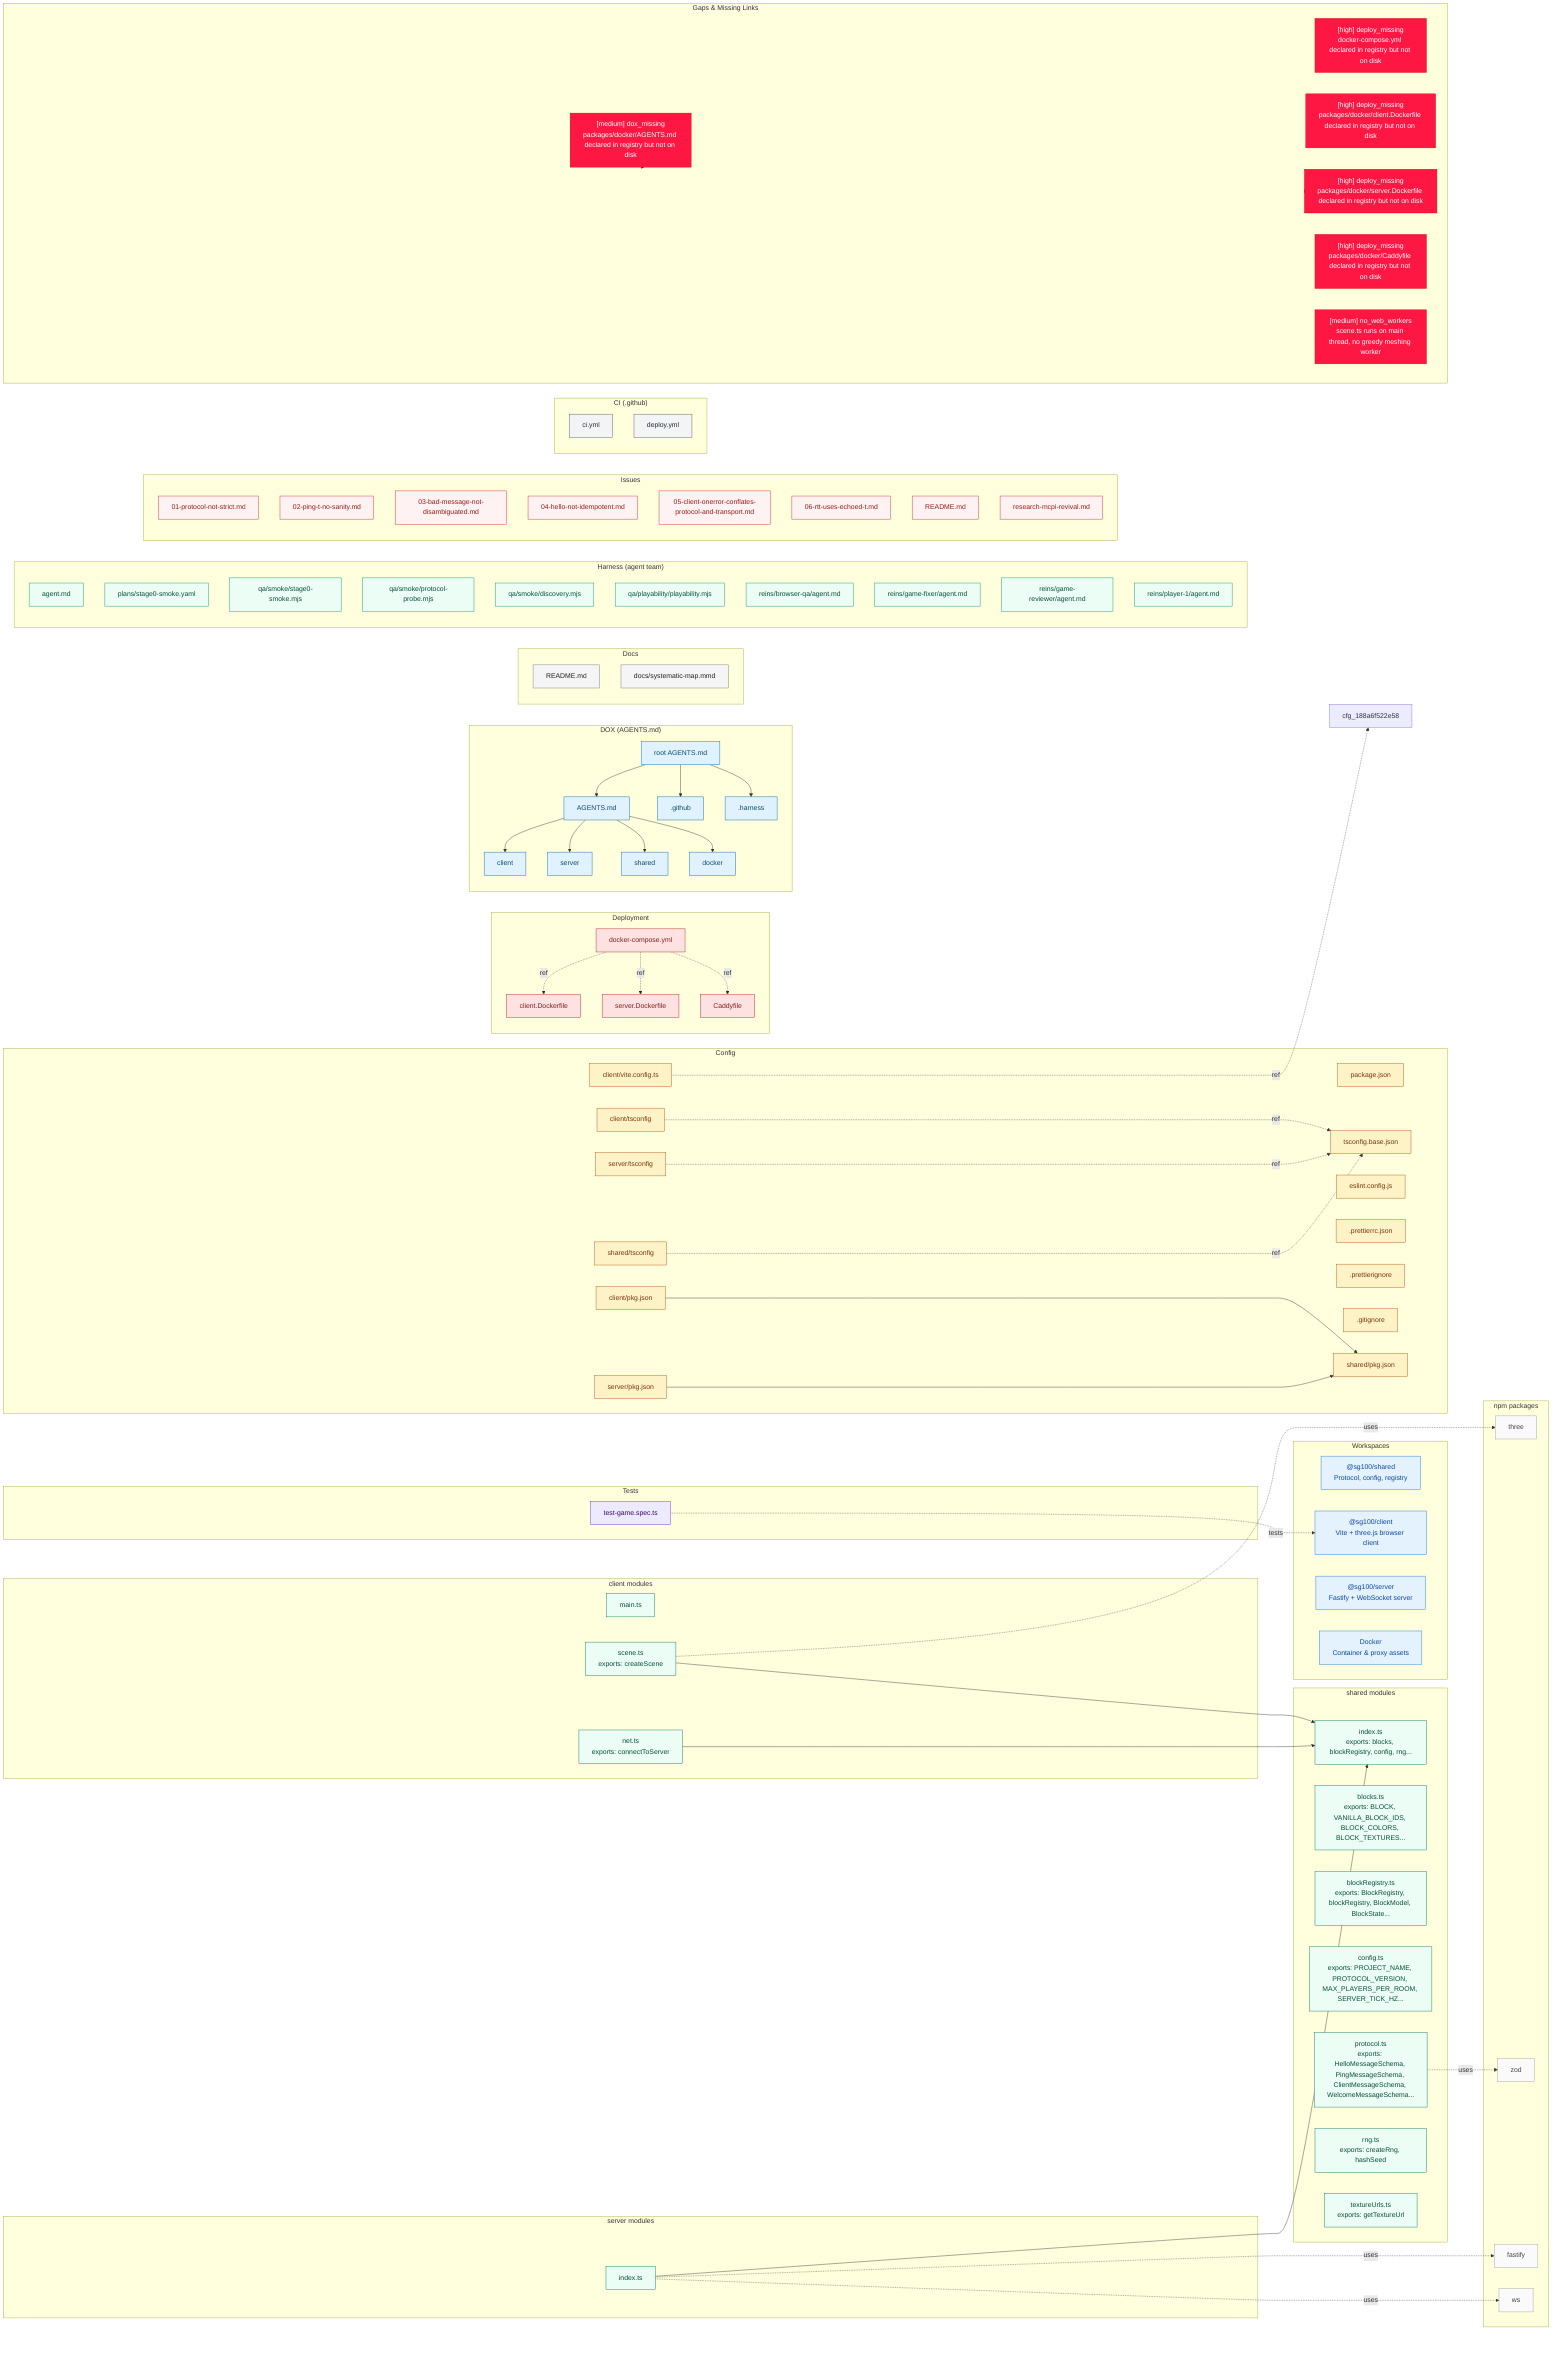
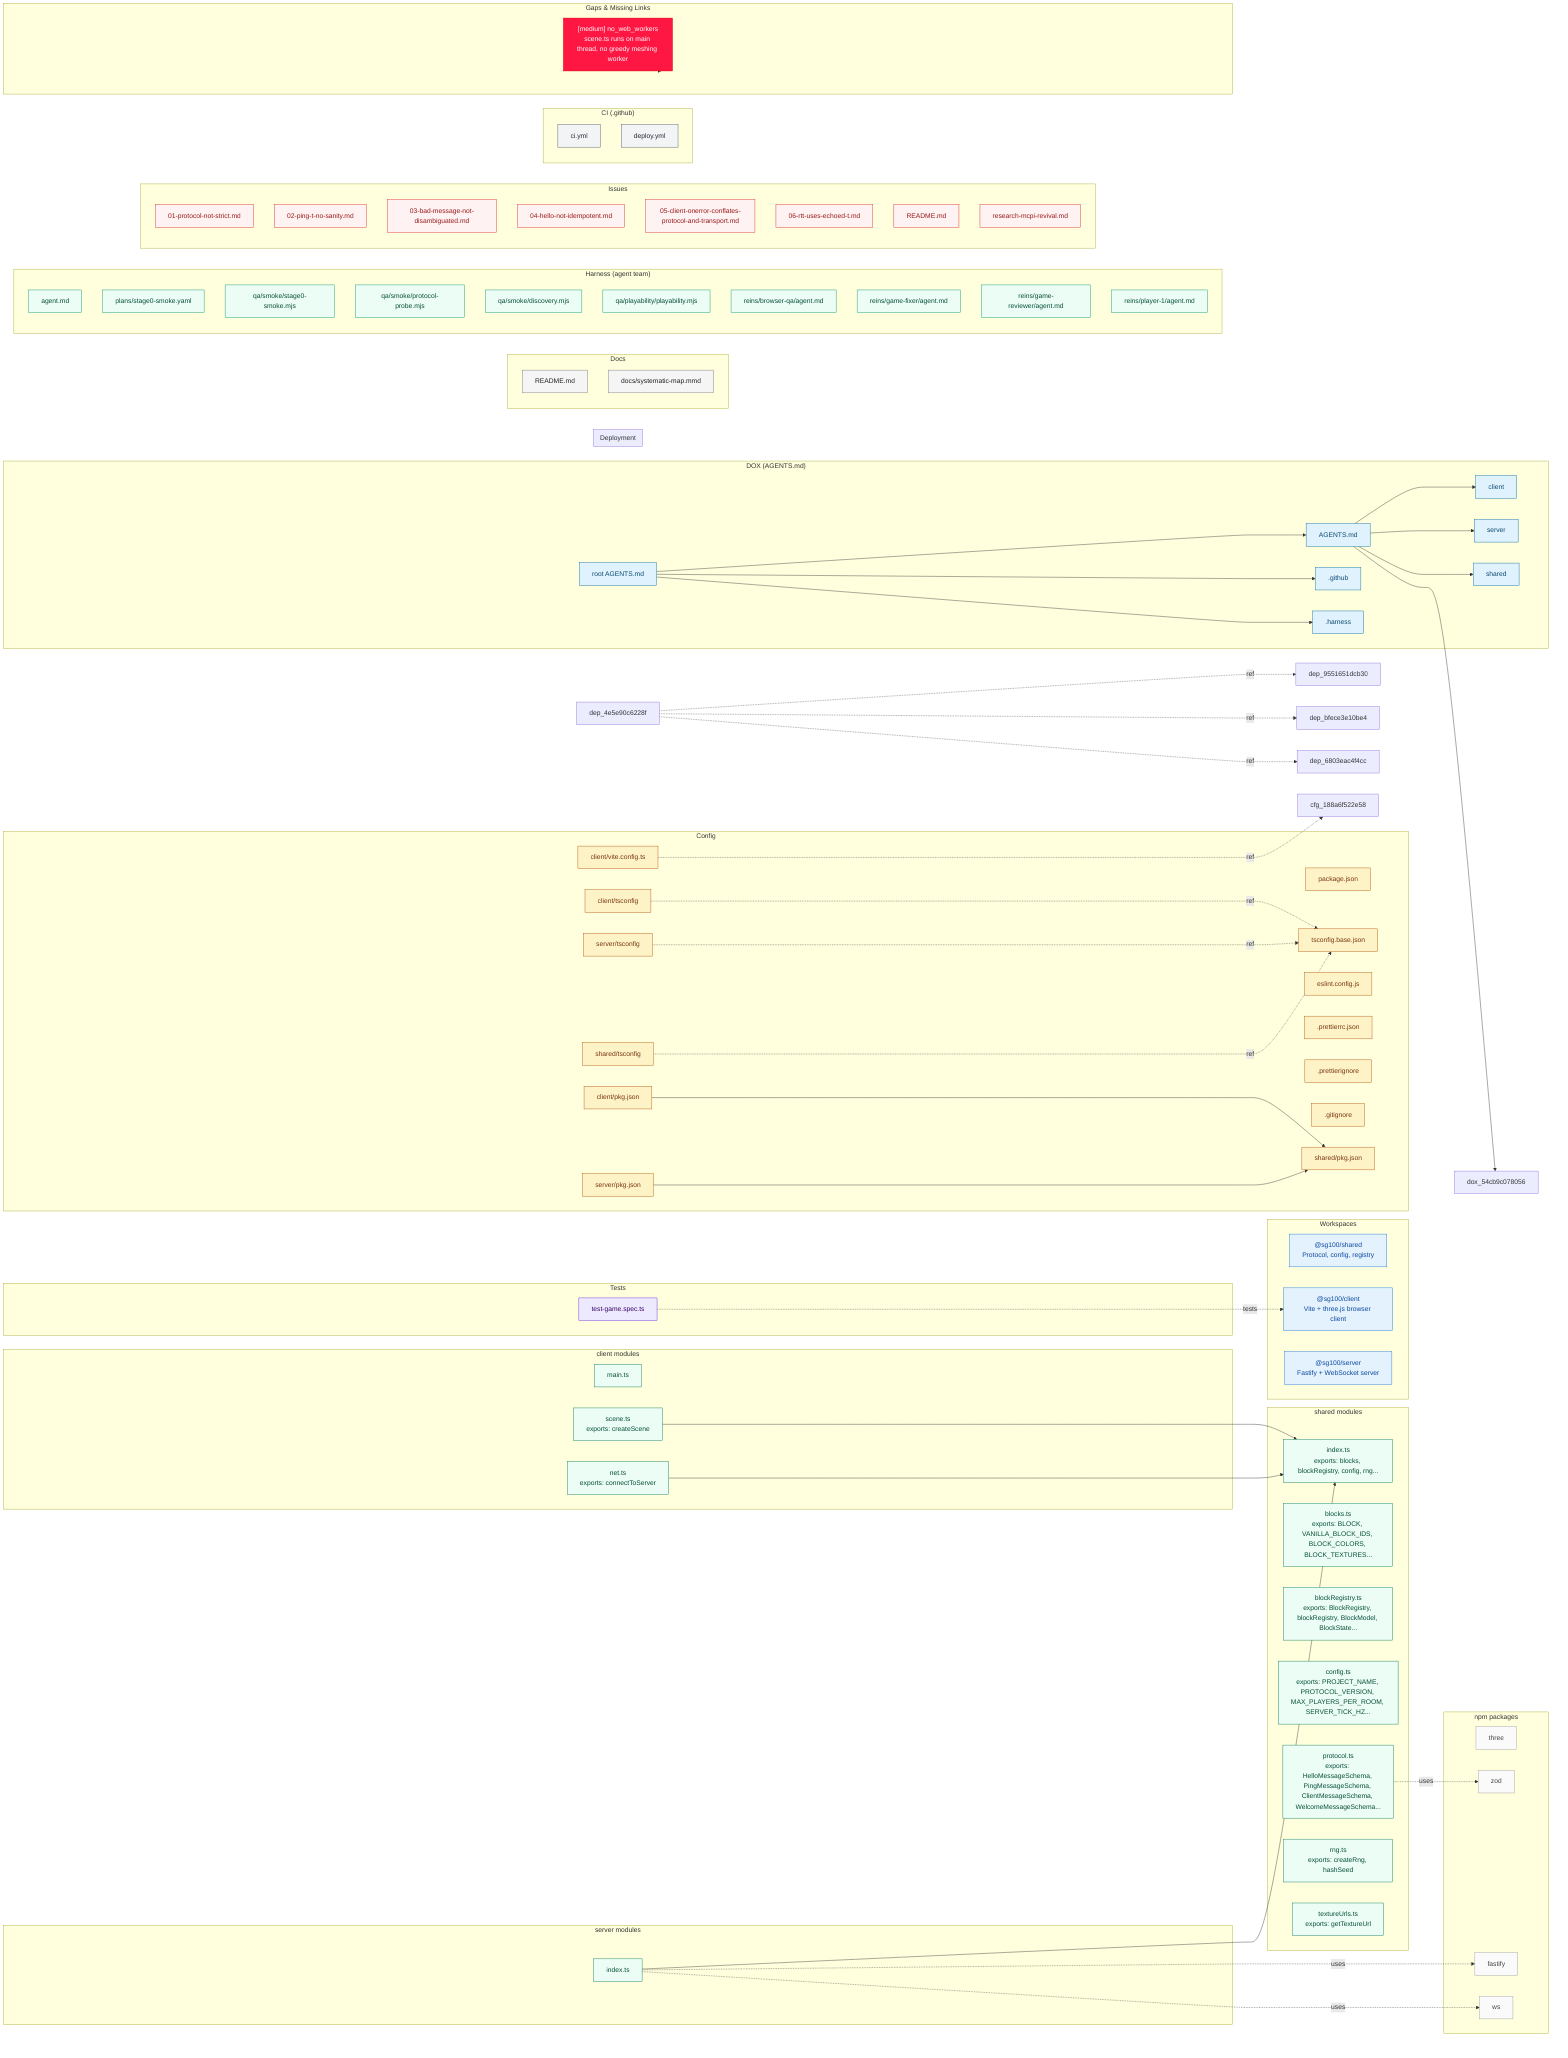
flowchart LR
  classDef workspace fill:#e3f2fd,stroke:#1976d2,color:#0d47a1
  classDef module fill:#ecfdf5,stroke:#047857,color:#064e3b
  classDef config fill:#fef3c7,stroke:#b45309,color:#78350f
  classDef deploy fill:#fee2e2,stroke:#b91c1c,color:#7f1d1d
  classDef dox fill:#e0f2fe,stroke:#0369a1,color:#0c4a6e
  classDef doc fill:#f5f5f5,stroke:#757575,color:#212121
  classDef test fill:#ede9fe,stroke:#6d28d9,color:#3b0764
  classDef harness fill:#ecfdf5,stroke:#059669,color:#064e3b
  classDef issue fill:#fef2f2,stroke:#dc2626,color:#991b1b
  classDef ci fill:#f3f4f6,stroke:#4b5563,color:#1f2937
  classDef npm fill:#fafafa,stroke:#9e9e9e,color:#424242
  classDef gap fill:#ff1744,stroke:#d50000,color:#ffffff
-   %% Summary: {"files":782,"modules":11,"npm_packages":4,"import_edges":7,"gap_count":6}
+   %% Summary: {"files":782,"modules":11,"npm_packages":3,"import_edges":6,"gap_count":1}

  subgraph WORKSPACES["Workspaces"]
    ws_shared["@sg100/shared\nProtocol, config, registry"]:::workspace
    ws_client["@sg100/client\nVite + three.js browser client"]:::workspace
    ws_server["@sg100/server\nFastify + WebSocket server"]:::workspace
-     ws_docker["Docker\nContainer & proxy assets"]:::workspace
  end

  subgraph MOD_SHARED["shared modules"]
    mod_21821d6d4273["index.ts\nexports: blocks, blockRegistry, config, rng..."]:::module
    mod_b74f08e6d180["blocks.ts\nexports: BLOCK, VANILLA_BLOCK_IDS, BLOCK_COLORS, BLOCK_TEXTURES..."]:::module
    mod_59b70ee5611d["blockRegistry.ts\nexports: BlockRegistry, blockRegistry, BlockModel, BlockState..."]:::module
    mod_6c9dde7ef55c["config.ts\nexports: PROJECT_NAME, PROTOCOL_VERSION, MAX_PLAYERS_PER_ROOM, SERVER_TICK_HZ..."]:::module
    mod_1769cb4ac51b["protocol.ts\nexports: HelloMessageSchema, PingMessageSchema, ClientMessageSchema, WelcomeMessageSchema..."]:::module
    mod_94de254da76c["rng.ts\nexports: createRng, hashSeed"]:::module
    mod_61ed6f06b9fb["textureUrls.ts\nexports: getTextureUrl"]:::module
  end

  subgraph MOD_CLIENT["client modules"]
    mod_188a6f522e58["main.ts"]:::module
    mod_f63c4faf7db8["scene.ts\nexports: createScene"]:::module
    mod_c60f6217a9fe["net.ts\nexports: connectToServer"]:::module
  end

  subgraph MOD_SERVER["server modules"]
    mod_544c6c6d49ee["index.ts"]:::module
  end

  subgraph NPM["npm packages"]
    npm_three["three"]:::npm
    npm_zod["zod"]:::npm
    npm_fastify["fastify"]:::npm
    npm_ws["ws"]:::npm
  end

  subgraph CONFIG["Config"]
    cfg_b9cfc7f2cdf7["package.json"]:::config
    cfg_bd08939a7f74["tsconfig.base.json"]:::config
    cfg_e7f6d45c8af2["eslint.config.js"]:::config
    cfg_ff25e0d5bd5e[".prettierrc.json"]:::config
    cfg_23949df756e1[".prettierignore"]:::config
    cfg_a084b794bc07[".gitignore"]:::config
    cfg_30a035b5c9df["client/pkg.json"]:::config
    cfg_1d0b340b7dce["client/tsconfig"]:::config
    cfg_49c137df3b0d["client/vite.config.ts"]:::config
    cfg_8c42f42f65d0["server/pkg.json"]:::config
    cfg_f9fa0eb3c81c["server/tsconfig"]:::config
    cfg_ab6458f6838f["shared/pkg.json"]:::config
    cfg_b7aaf361f3c3["shared/tsconfig"]:::config
  end

  subgraph DEPLOY["Deployment"]
-     dep_4e5e90c6228f["docker-compose.yml"]:::deploy
-     dep_9551651dcb30["client.Dockerfile"]:::deploy
-     dep_bfece3e10be4["server.Dockerfile"]:::deploy
-     dep_6803eac4f4cc["Caddyfile"]:::deploy
  end

  subgraph DOX["DOX (AGENTS.md)"]
    dox_bc5441b46c60["root AGENTS.md"]:::dox
    dox_d6b6bace75ac["AGENTS.md"]:::dox
    dox_ca2d6a7590ed["client"]:::dox
    dox_c0d2d0473bab["server"]:::dox
    dox_79bed11741a0["shared"]:::dox
-     dox_54cb9c078056["docker"]:::dox
    dox_6ccb0c1fd449[".github"]:::dox
    dox_78539403181b[".harness"]:::dox
  end

  subgraph DOCS["Docs"]
    doc_04c6e90faac2["README.md"]:::doc
    doc_887a0d2cbc14["docs/systematic-map.mmd"]:::doc
  end

  subgraph TEST["Tests"]
    test_93acd3d81f7e["test-game.spec.ts"]:::test
  end

  subgraph HARNESS["Harness (agent team)"]
    harn_398583b85005["agent.md"]:::harness
    harn_91b66b6b9f82["plans/stage0-smoke.yaml"]:::harness
    harn_b7bdc105c8d9["qa/smoke/stage0-smoke.mjs"]:::harness
    harn_53ee8949f323["qa/smoke/protocol-probe.mjs"]:::harness
    harn_1a1911110a87["qa/smoke/discovery.mjs"]:::harness
    harn_ef065ed3cce5["qa/playability/playability.mjs"]:::harness
    harn_74c315e9d73d["reins/browser-qa/agent.md"]:::harness
    harn_a67d2ed27475["reins/game-fixer/agent.md"]:::harness
    harn_3a8a9f5c18f6["reins/game-reviewer/agent.md"]:::harness
    harn_597d5a616e3e["reins/player-1/agent.md"]:::harness
  end

  subgraph ISSUES["Issues"]
    iss_0264c22478fd["01-protocol-not-strict.md"]:::issue
    iss_f76cc338fcdf["02-ping-t-no-sanity.md"]:::issue
    iss_16f3e47c94f7["03-bad-message-not-disambiguated.md"]:::issue
    iss_ee19e0f29577["04-hello-not-idempotent.md"]:::issue
    iss_8cef78a32f50["05-client-onerror-conflates-protocol-and-transport.md"]:::issue
    iss_c4668ef32fa9["06-rtt-uses-echoed-t.md"]:::issue
    iss_c0f97ce05e5c["README.md"]:::issue
    iss_a68d9d2b6518["research-mcpi-revival.md"]:::issue
  end

  subgraph CI["CI (.github)"]
    ci_e9f950f17198["ci.yml"]:::ci
    ci_3680803a67ea["deploy.yml"]:::ci
  end

  subgraph GAP["Gaps & Missing Links"]
-     gap_0["[medium] dox_missing\npackages/docker/AGENTS.md declared in registry but not on disk"]:::gap
-     gap_1["[high] deploy_missing\ndocker-compose.yml declared in registry but not on disk"]:::gap
-     gap_2["[high] deploy_missing\npackages/docker/client.Dockerfile declared in registry but not on disk"]:::gap
-     gap_3["[high] deploy_missing\npackages/docker/server.Dockerfile declared in registry but not on disk"]:::gap
-     gap_4["[high] deploy_missing\npackages/docker/Caddyfile declared in registry but not on disk"]:::gap
-     gap_5["[medium] no_web_workers\nscene.ts runs on main thread, no greedy meshing worker"]:::gap
+     gap_0["[medium] no_web_workers\nscene.ts runs on main thread, no greedy meshing worker"]:::gap
  end

  %% Workspace dependencies
  cfg_30a035b5c9df --> cfg_ab6458f6838f
  cfg_8c42f42f65d0 --> cfg_ab6458f6838f

  %% Module imports
  mod_f63c4faf7db8 --> mod_21821d6d4273
  mod_c60f6217a9fe --> mod_21821d6d4273
  mod_544c6c6d49ee --> mod_21821d6d4273

  %% npm package usage
  mod_1769cb4ac51b -.uses.-> npm_zod
-   mod_f63c4faf7db8 -.uses.-> npm_three
  mod_544c6c6d49ee -.uses.-> npm_fastify
  mod_544c6c6d49ee -.uses.-> npm_ws

  %% DOX ownership
  dox_bc5441b46c60 --> dox_d6b6bace75ac
  dox_d6b6bace75ac --> dox_ca2d6a7590ed
  dox_d6b6bace75ac --> dox_c0d2d0473bab
  dox_d6b6bace75ac --> dox_79bed11741a0
  dox_d6b6bace75ac --> dox_54cb9c078056
  dox_bc5441b46c60 --> dox_6ccb0c1fd449
  dox_bc5441b46c60 --> dox_78539403181b

  %% Deploy references
  dep_4e5e90c6228f -.ref.-> dep_9551651dcb30
  dep_4e5e90c6228f -.ref.-> dep_bfece3e10be4
  dep_4e5e90c6228f -.ref.-> dep_6803eac4f4cc

  %% Config references
  cfg_1d0b340b7dce -.ref.-> cfg_bd08939a7f74
  cfg_f9fa0eb3c81c -.ref.-> cfg_bd08939a7f74
  cfg_b7aaf361f3c3 -.ref.-> cfg_bd08939a7f74
  cfg_49c137df3b0d -.ref.-> cfg_188a6f522e58

  %% Test targets
  test_93acd3d81f7e -.tests.-> ws_client

  %% Gap edges
  GAP -.-> gap_0
-   GAP -.-> gap_1
-   GAP -.-> gap_2
-   GAP -.-> gap_3
-   GAP -.-> gap_4
-   GAP -.-> gap_5
